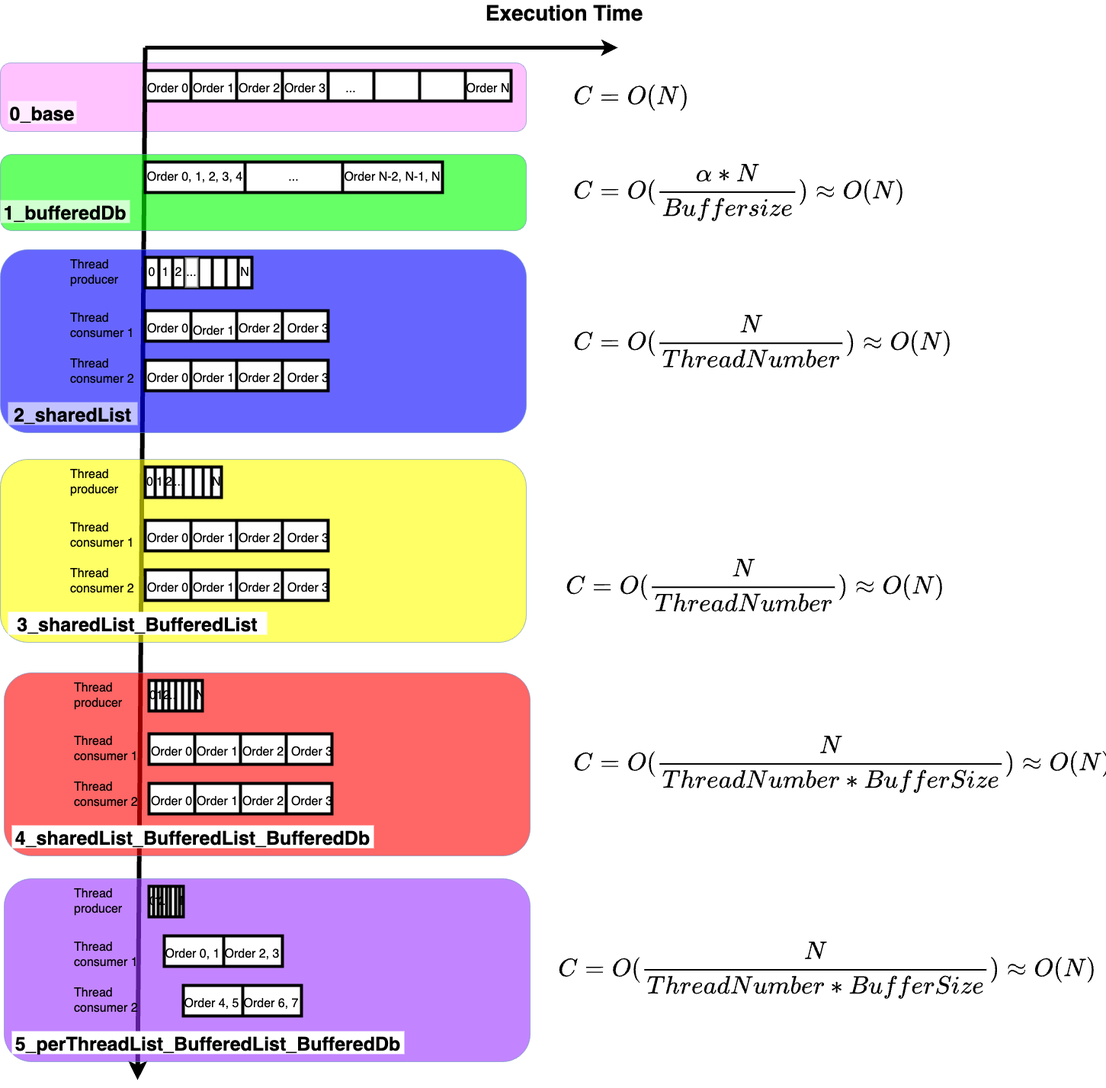
Above: resource/algorithmicComplexity.drawio.png in simbadSid/creedandbear_test (draw.io), before the change. Source tidied: cells renumbered, new cells last; positions are measured from the earlier drawing's top-left corner, leaving out a move shared by most shapes.
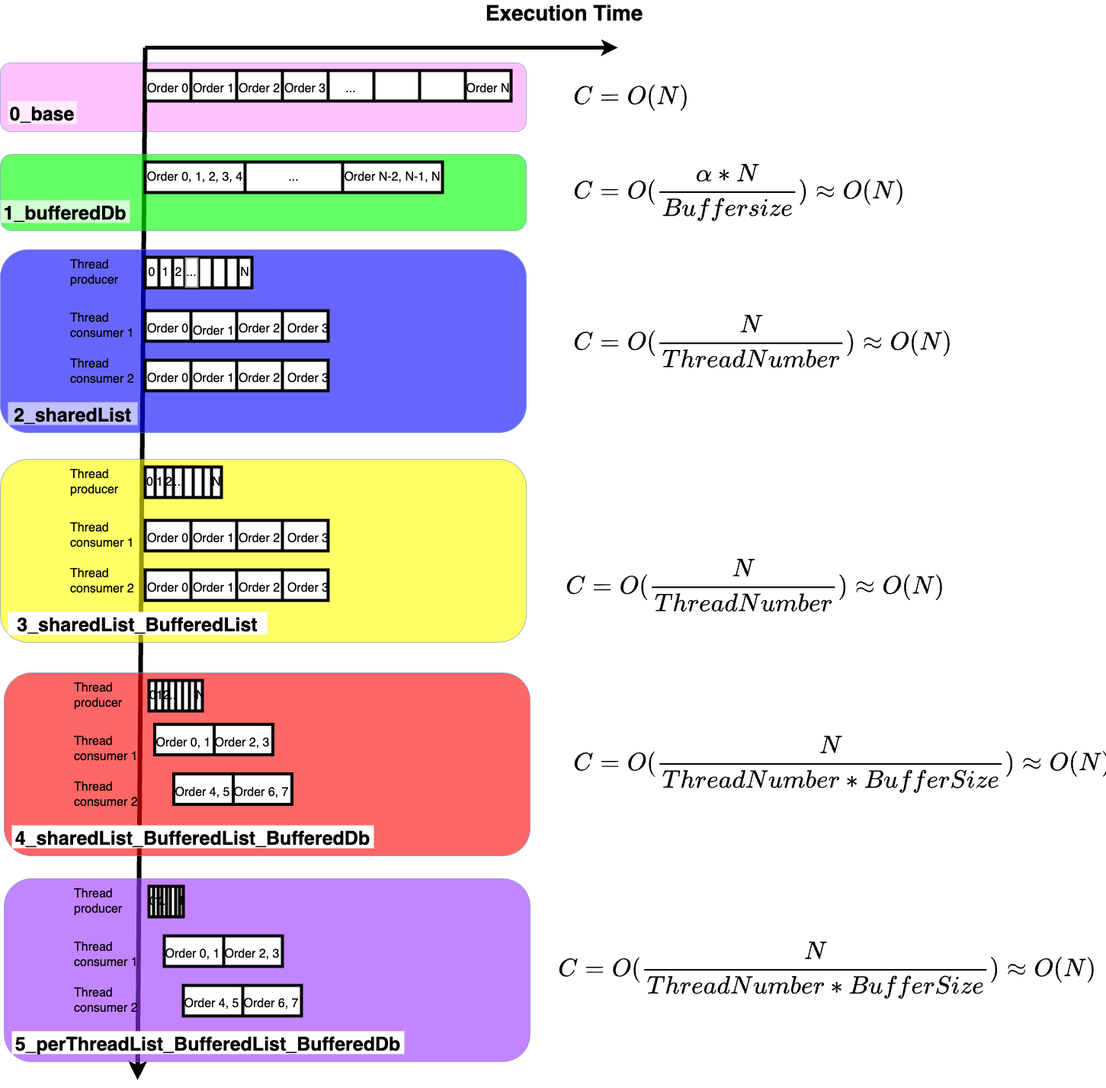
After the change.

Change to the diagram source:
```diff
@@ -320,60 +320,6 @@
     <mxCell id="105" value="N" style="shape=partialRectangle;html=1;whiteSpace=wrap;overflow=hidden;fillColor=none;top=0;left=0;bottom=0;right=0;strokeColor=#000000;strokeWidth=4;fontSize=16;opacity=60;" parent="97" vertex="1">
       <mxGeometry x="61" width="9" height="40" as="geometry" />
     </mxCell>
-    <mxCell id="106" style="shape=table;startSize=0;strokeColor=#000000;strokeWidth=4;fontSize=16;fillColor=#FFFFFF;" parent="1" vertex="1">
-      <mxGeometry x="195" y="960" width="240" height="40" as="geometry" />
-    </mxCell>
-    <mxCell id="107" style="shape=tableRow;horizontal=0;startSize=0;swimlaneHead=0;swimlaneBody=0;top=0;left=0;bottom=0;right=0;fillColor=none;strokeColor=#000000;strokeWidth=4;fontSize=16;opacity=60;" parent="106" vertex="1">
-      <mxGeometry width="240" height="40" as="geometry" />
-    </mxCell>
-    <mxCell id="108" style="shape=partialRectangle;html=1;whiteSpace=wrap;overflow=hidden;fillColor=none;top=0;left=0;bottom=0;right=0;strokeColor=#000000;strokeWidth=4;fontSize=16;opacity=60;" parent="107" vertex="1">
-      <mxGeometry width="60" height="40" as="geometry" />
-    </mxCell>
-    <mxCell id="109" style="shape=partialRectangle;html=1;whiteSpace=wrap;overflow=hidden;fillColor=none;top=0;left=0;bottom=0;right=0;strokeColor=#000000;strokeWidth=4;fontSize=16;opacity=60;" parent="107" vertex="1">
-      <mxGeometry x="60" width="60" height="40" as="geometry" />
-    </mxCell>
-    <mxCell id="110" style="shape=partialRectangle;html=1;whiteSpace=wrap;overflow=hidden;fillColor=none;top=0;left=0;bottom=0;right=0;strokeColor=#000000;strokeWidth=4;fontSize=16;opacity=60;" parent="107" vertex="1">
-      <mxGeometry x="120" width="60" height="40" as="geometry" />
-    </mxCell>
-    <mxCell id="111" style="shape=partialRectangle;html=1;whiteSpace=wrap;overflow=hidden;fillColor=none;top=0;left=0;bottom=0;right=0;strokeColor=#000000;strokeWidth=4;fontSize=16;opacity=60;" parent="107" vertex="1">
-      <mxGeometry x="180" width="60" height="40" as="geometry" />
-    </mxCell>
-    <mxCell id="112" value="&lt;font style=&quot;font-size: 16px;&quot;&gt;Order 0&lt;/font&gt;" style="shape=partialRectangle;html=1;whiteSpace=wrap;overflow=hidden;fillColor=none;top=0;left=0;bottom=0;right=0;strokeColor=#000000;strokeWidth=4;fontSize=25;opacity=10;" parent="1" vertex="1">
-      <mxGeometry x="195" y="960" width="60" height="40" as="geometry" />
-    </mxCell>
-    <mxCell id="113" value="&lt;font style=&quot;font-size: 16px;&quot;&gt;Order 1&lt;/font&gt;" style="shape=partialRectangle;html=1;whiteSpace=wrap;overflow=hidden;fillColor=none;top=0;left=0;bottom=0;right=0;strokeColor=#000000;strokeWidth=4;fontSize=25;opacity=10;" parent="1" vertex="1">
-      <mxGeometry x="255" y="960" width="60" height="40" as="geometry" />
-    </mxCell>
-    <mxCell id="114" value="&lt;font style=&quot;font-size: 16px;&quot;&gt;Order 2&lt;/font&gt;" style="shape=partialRectangle;html=1;whiteSpace=wrap;overflow=hidden;fillColor=none;top=0;left=0;bottom=0;right=0;strokeColor=#000000;strokeWidth=4;fontSize=25;opacity=10;" parent="1" vertex="1">
-      <mxGeometry x="315" y="960" width="60" height="40" as="geometry" />
-    </mxCell>
-    <mxCell id="115" style="shape=table;startSize=0;strokeColor=#000000;strokeWidth=4;fontSize=16;fillColor=#FFFFFF;" parent="1" vertex="1">
-      <mxGeometry x="195" y="1025" width="240" height="40" as="geometry" />
-    </mxCell>
-    <mxCell id="116" style="shape=tableRow;horizontal=0;startSize=0;swimlaneHead=0;swimlaneBody=0;top=0;left=0;bottom=0;right=0;fillColor=none;strokeColor=#000000;strokeWidth=4;fontSize=16;opacity=60;" parent="115" vertex="1">
-      <mxGeometry width="240" height="40" as="geometry" />
-    </mxCell>
-    <mxCell id="117" style="shape=partialRectangle;html=1;whiteSpace=wrap;overflow=hidden;fillColor=none;top=0;left=0;bottom=0;right=0;strokeColor=#000000;strokeWidth=4;fontSize=16;opacity=60;" parent="116" vertex="1">
-      <mxGeometry width="60" height="40" as="geometry" />
-    </mxCell>
-    <mxCell id="118" style="shape=partialRectangle;html=1;whiteSpace=wrap;overflow=hidden;fillColor=none;top=0;left=0;bottom=0;right=0;strokeColor=#000000;strokeWidth=4;fontSize=16;opacity=60;" parent="116" vertex="1">
-      <mxGeometry x="60" width="60" height="40" as="geometry" />
-    </mxCell>
-    <mxCell id="119" style="shape=partialRectangle;html=1;whiteSpace=wrap;overflow=hidden;fillColor=none;top=0;left=0;bottom=0;right=0;strokeColor=#000000;strokeWidth=4;fontSize=16;opacity=60;" parent="116" vertex="1">
-      <mxGeometry x="120" width="60" height="40" as="geometry" />
-    </mxCell>
-    <mxCell id="120" style="shape=partialRectangle;html=1;whiteSpace=wrap;overflow=hidden;fillColor=none;top=0;left=0;bottom=0;right=0;strokeColor=#000000;strokeWidth=4;fontSize=16;opacity=60;" parent="116" vertex="1">
-      <mxGeometry x="180" width="60" height="40" as="geometry" />
-    </mxCell>
-    <mxCell id="121" value="&lt;font style=&quot;font-size: 16px;&quot;&gt;Order 0&lt;/font&gt;" style="shape=partialRectangle;html=1;whiteSpace=wrap;overflow=hidden;fillColor=none;top=0;left=0;bottom=0;right=0;strokeColor=#000000;strokeWidth=4;fontSize=25;opacity=10;" parent="1" vertex="1">
-      <mxGeometry x="195" y="1025" width="60" height="40" as="geometry" />
-    </mxCell>
-    <mxCell id="122" value="&lt;font style=&quot;font-size: 16px;&quot;&gt;Order 1&lt;/font&gt;" style="shape=partialRectangle;html=1;whiteSpace=wrap;overflow=hidden;fillColor=none;top=0;left=0;bottom=0;right=0;strokeColor=#000000;strokeWidth=4;fontSize=25;opacity=10;" parent="1" vertex="1">
-      <mxGeometry x="255" y="1025" width="60" height="40" as="geometry" />
-    </mxCell>
-    <mxCell id="123" value="&lt;font style=&quot;font-size: 16px;&quot;&gt;Order 2&lt;/font&gt;" style="shape=partialRectangle;html=1;whiteSpace=wrap;overflow=hidden;fillColor=none;top=0;left=0;bottom=0;right=0;strokeColor=#000000;strokeWidth=4;fontSize=25;opacity=10;" parent="1" vertex="1">
-      <mxGeometry x="315" y="1025" width="60" height="40" as="geometry" />
-    </mxCell>
     <mxCell id="124" value="Thread producer" style="text;html=1;strokeColor=none;fillColor=none;align=left;verticalAlign=middle;whiteSpace=wrap;rounded=0;strokeWidth=4;fontSize=16;opacity=60;" parent="1" vertex="1">
       <mxGeometry x="95" y="895" width="60" height="30" as="geometry" />
     </mxCell>
@@ -455,12 +401,6 @@
     <mxCell id="150" value="&lt;font style=&quot;font-size: 16px;&quot;&gt;Order 3&lt;/font&gt;" style="shape=partialRectangle;html=1;whiteSpace=wrap;overflow=hidden;fillColor=none;top=0;left=0;bottom=0;right=0;strokeColor=#000000;strokeWidth=4;fontSize=25;opacity=10;" parent="1" vertex="1">
       <mxGeometry x="374" y="470" width="60" height="40" as="geometry" />
     </mxCell>
-    <mxCell id="151" value="&lt;font style=&quot;font-size: 16px;&quot;&gt;Order 3&lt;/font&gt;" style="shape=partialRectangle;html=1;whiteSpace=wrap;overflow=hidden;fillColor=none;top=0;left=0;bottom=0;right=0;strokeColor=#000000;strokeWidth=4;fontSize=25;opacity=10;" parent="1" vertex="1">
-      <mxGeometry x="379" y="960" width="60" height="40" as="geometry" />
-    </mxCell>
-    <mxCell id="152" value="&lt;font style=&quot;font-size: 16px;&quot;&gt;Order 3&lt;/font&gt;" style="shape=partialRectangle;html=1;whiteSpace=wrap;overflow=hidden;fillColor=none;top=0;left=0;bottom=0;right=0;strokeColor=#000000;strokeWidth=4;fontSize=25;opacity=10;" parent="1" vertex="1">
-      <mxGeometry x="379" y="1025" width="60" height="40" as="geometry" />
-    </mxCell>
     <mxCell id="153" value="&lt;font style=&quot;font-size: 16px;&quot;&gt;Order 0, 1&lt;/font&gt;" style="shape=partialRectangle;html=1;whiteSpace=wrap;overflow=hidden;fillColor=none;top=0;left=0;bottom=0;right=0;strokeColor=#000000;strokeWidth=4;fontSize=25;opacity=10;" parent="1" vertex="1">
       <mxGeometry x="215" y="1225" width="75" height="40" as="geometry" />
     </mxCell>
@@ -503,5 +443,41 @@
     <mxCell id="166" value="&lt;b&gt;&lt;font style=&quot;font-size: 28px;&quot;&gt;$$ C = O(\frac{N}{Thread Number * Buffer Size}) \approx O(N) $$&lt;/font&gt;&lt;/b&gt;&lt;b&gt;&lt;font style=&quot;font-size: 28px;&quot;&gt;&lt;br&gt;&lt;/font&gt;&lt;/b&gt;" style="text;html=1;strokeColor=none;fillColor=none;align=left;verticalAlign=middle;whiteSpace=wrap;rounded=0;" parent="1" vertex="1">
       <mxGeometry x="730" y="1225" width="700" height="90" as="geometry" />
     </mxCell>
+    <mxCell id="167" style="shape=table;startSize=0;strokeColor=#000000;strokeWidth=4;fontSize=16;fillColor=#FFFFFF;" parent="1" vertex="1">
+      <mxGeometry x="202.5" y="947.5" width="155" height="40" as="geometry" />
+    </mxCell>
+    <mxCell id="168" style="shape=tableRow;horizontal=0;startSize=0;swimlaneHead=0;swimlaneBody=0;top=0;left=0;bottom=0;right=0;fillColor=none;strokeColor=#000000;strokeWidth=4;fontSize=16;" parent="167" vertex="1">
+      <mxGeometry width="155" height="40" as="geometry" />
+    </mxCell>
+    <mxCell id="169" value="&lt;span style=&quot;color: rgba(0, 0, 0, 0); font-family: monospace; font-size: 0px; text-align: start;&quot;&gt;%3CmxGraphModel%3E%3Croot%3E%3CmxCell%20id%3D%220%22%2F%3E%3CmxCell%20id%3D%221%22%20parent%3D%220%22%2F%3E%3CmxCell%20id%3D%222%22%20value%3D%22%26lt%3Bfont%20style%3D%26quot%3Bfont-size%3A%2016px%3B%26quot%3B%26gt%3BOrder%200%26lt%3B%2Ffont%26gt%3B%22%20style%3D%22shape%3DpartialRectangle%3Bhtml%3D1%3BwhiteSpace%3Dwrap%3Bconnectable%3D0%3Boverflow%3Dhidden%3BfillColor%3Dnone%3Btop%3D0%3Bleft%3D0%3Bbottom%3D0%3Bright%3D0%3BpointerEvents%3D1%3BstrokeColor%3D%23000000%3BstrokeWidth%3D4%3BfontSize%3D25%3Bopacity%3D10%3B%22%20vertex%3D%221%22%20parent%3D%221%22%3E%3CmxGeometry%20x%3D%22205%22%20y%3D%221100%22%20width%3D%2260%22%20height%3D%2240%22%20as%3D%22geometry%22%3E%3CmxRectangle%20width%3D%2260%22%20height%3D%2240%22%20as%3D%22alternateBounds%22%2F%3E%3C%2FmxGeometry%3E%3C%2FmxCell%3E%3C%2Froot%3E%3C%2FmxGraphModel%3E&lt;/span&gt;" style="shape=partialRectangle;html=1;whiteSpace=wrap;overflow=hidden;fillColor=none;top=0;left=0;bottom=0;right=0;strokeColor=#000000;strokeWidth=4;fontSize=16;" parent="168" vertex="1">
+      <mxGeometry width="78" height="40" as="geometry" />
+    </mxCell>
+    <mxCell id="170" style="shape=partialRectangle;html=1;whiteSpace=wrap;overflow=hidden;fillColor=none;top=0;left=0;bottom=0;right=0;strokeColor=#000000;strokeWidth=4;fontSize=16;" parent="168" vertex="1">
+      <mxGeometry x="78" width="77" height="40" as="geometry" />
+    </mxCell>
+    <mxCell id="171" value="&lt;font style=&quot;font-size: 16px;&quot;&gt;Order 0, 1&lt;/font&gt;" style="shape=partialRectangle;html=1;whiteSpace=wrap;overflow=hidden;fillColor=none;top=0;left=0;bottom=0;right=0;strokeColor=#000000;strokeWidth=4;fontSize=25;opacity=10;" parent="1" vertex="1">
+      <mxGeometry x="202.5" y="947.5" width="75" height="40" as="geometry" />
+    </mxCell>
+    <mxCell id="172" value="&lt;font style=&quot;font-size: 16px;&quot;&gt;Order 2, 3&lt;/font&gt;" style="shape=partialRectangle;html=1;whiteSpace=wrap;overflow=hidden;fillColor=none;top=0;left=0;bottom=0;right=0;strokeColor=#000000;strokeWidth=4;fontSize=25;opacity=10;" parent="1" vertex="1">
+      <mxGeometry x="280" y="947.5" width="75" height="40" as="geometry" />
+    </mxCell>
+    <mxCell id="173" style="shape=table;startSize=0;strokeColor=#000000;strokeWidth=4;fontSize=16;fillColor=#FFFFFF;" parent="1" vertex="1">
+      <mxGeometry x="227.5" y="1012.5" width="155" height="40" as="geometry" />
+    </mxCell>
+    <mxCell id="174" style="shape=tableRow;horizontal=0;startSize=0;swimlaneHead=0;swimlaneBody=0;top=0;left=0;bottom=0;right=0;fillColor=none;strokeColor=#000000;strokeWidth=4;fontSize=16;" parent="173" vertex="1">
+      <mxGeometry width="155" height="40" as="geometry" />
+    </mxCell>
+    <mxCell id="175" value="&lt;span style=&quot;color: rgba(0, 0, 0, 0); font-family: monospace; font-size: 0px; text-align: start;&quot;&gt;%3CmxGraphModel%3E%3Croot%3E%3CmxCell%20id%3D%220%22%2F%3E%3CmxCell%20id%3D%221%22%20parent%3D%220%22%2F%3E%3CmxCell%20id%3D%222%22%20value%3D%22%26lt%3Bfont%20style%3D%26quot%3Bfont-size%3A%2016px%3B%26quot%3B%26gt%3BOrder%200%26lt%3B%2Ffont%26gt%3B%22%20style%3D%22shape%3DpartialRectangle%3Bhtml%3D1%3BwhiteSpace%3Dwrap%3Bconnectable%3D0%3Boverflow%3Dhidden%3BfillColor%3Dnone%3Btop%3D0%3Bleft%3D0%3Bbottom%3D0%3Bright%3D0%3BpointerEvents%3D1%3BstrokeColor%3D%23000000%3BstrokeWidth%3D4%3BfontSize%3D25%3Bopacity%3D10%3B%22%20vertex%3D%221%22%20parent%3D%221%22%3E%3CmxGeometry%20x%3D%22205%22%20y%3D%221100%22%20width%3D%2260%22%20height%3D%2240%22%20as%3D%22geometry%22%3E%3CmxRectangle%20width%3D%2260%22%20height%3D%2240%22%20as%3D%22alternateBounds%22%2F%3E%3C%2FmxGeometry%3E%3C%2FmxCell%3E%3C%2Froot%3E%3C%2FmxGraphModel%3E&lt;/span&gt;" style="shape=partialRectangle;html=1;whiteSpace=wrap;overflow=hidden;fillColor=none;top=0;left=0;bottom=0;right=0;strokeColor=#000000;strokeWidth=4;fontSize=16;" parent="174" vertex="1">
+      <mxGeometry width="78" height="40" as="geometry" />
+    </mxCell>
+    <mxCell id="176" style="shape=partialRectangle;html=1;whiteSpace=wrap;overflow=hidden;fillColor=none;top=0;left=0;bottom=0;right=0;strokeColor=#000000;strokeWidth=4;fontSize=16;" parent="174" vertex="1">
+      <mxGeometry x="78" width="77" height="40" as="geometry" />
+    </mxCell>
+    <mxCell id="177" value="&lt;font style=&quot;font-size: 16px;&quot;&gt;Order 4, 5&lt;/font&gt;" style="shape=partialRectangle;html=1;whiteSpace=wrap;overflow=hidden;fillColor=none;top=0;left=0;bottom=0;right=0;strokeColor=#000000;strokeWidth=4;fontSize=25;opacity=10;" parent="1" vertex="1">
+      <mxGeometry x="227.5" y="1012.5" width="75" height="40" as="geometry" />
+    </mxCell>
+    <mxCell id="178" value="&lt;font style=&quot;font-size: 16px;&quot;&gt;Order 6, 7&lt;/font&gt;" style="shape=partialRectangle;html=1;whiteSpace=wrap;overflow=hidden;fillColor=none;top=0;left=0;bottom=0;right=0;strokeColor=#000000;strokeWidth=4;fontSize=25;opacity=10;" parent="1" vertex="1">
+      <mxGeometry x="305" y="1012.5" width="75" height="40" as="geometry" />
+    </mxCell>
   </root>
 </mxGraphModel>
```
